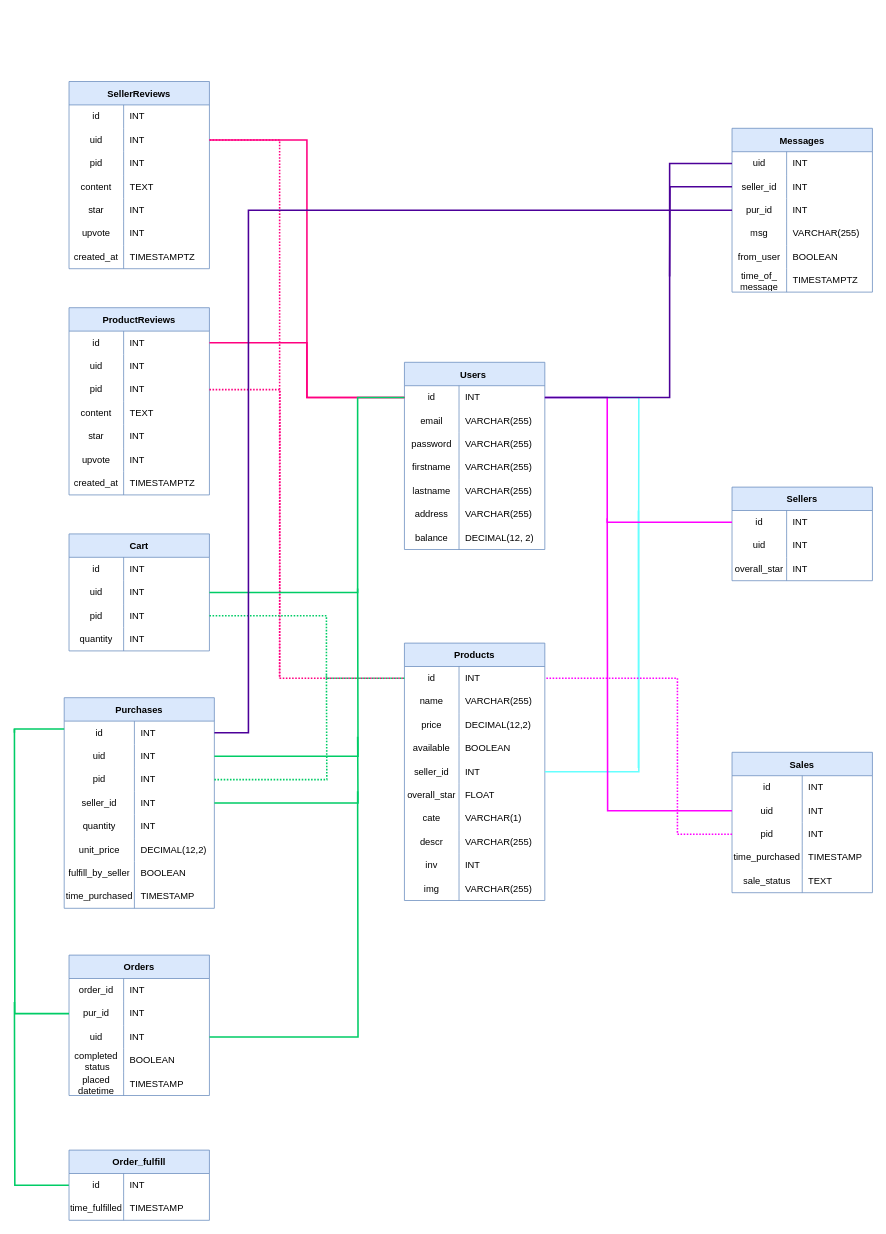
The draw.io diagram ERD/CS516.drawio in Kaichao-Chang/CS516-Awesome-Group, before the edit. Source tidied: cells renumbered, new cells numbered last; positions are measured from the earlier drawing's top-left corner, leaving out a move shared by most shapes. Both pictures are drawn from the tidied source at 78%, with x=0, y=0 at pixel (14, 81).
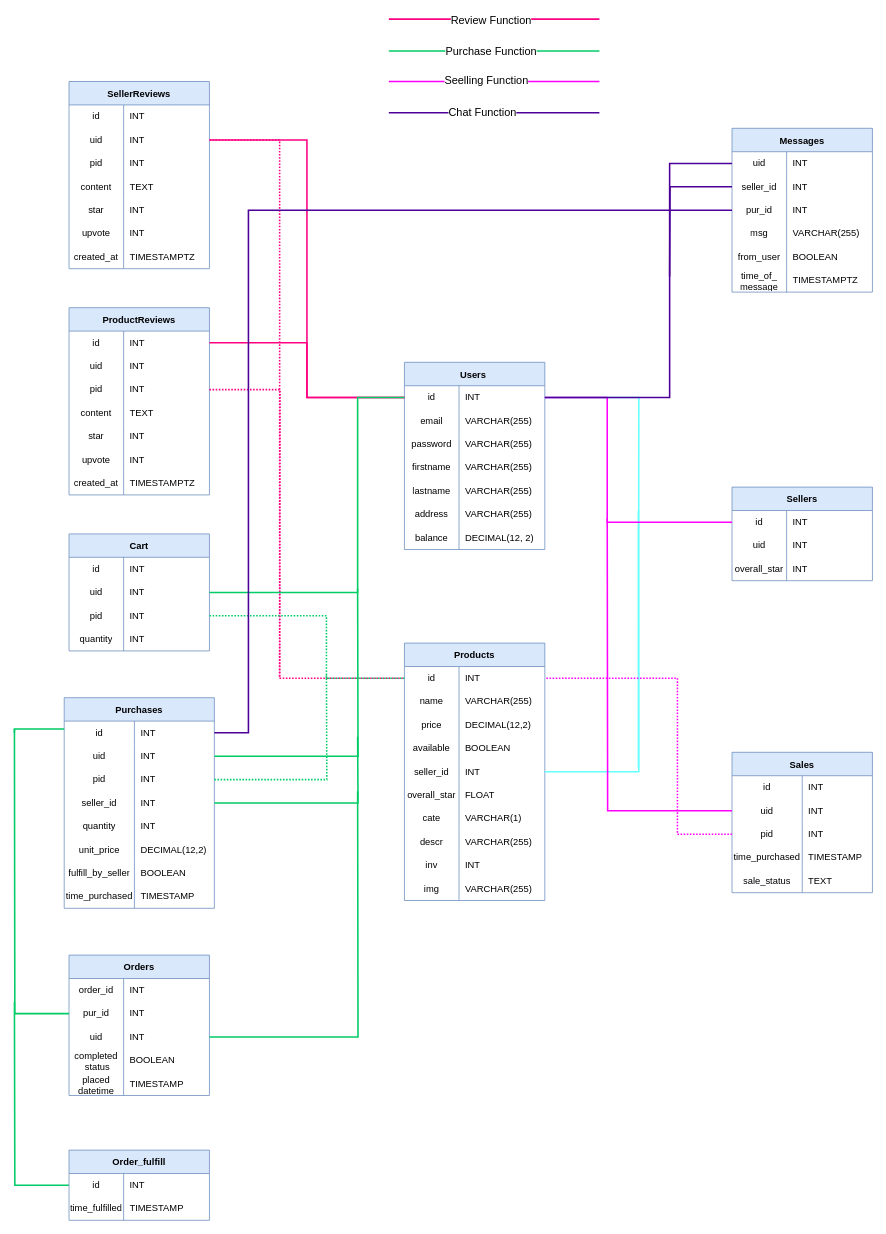
After the change.

What changed in the source:
```diff
@@
+    <mxCell id="226" style="edgeStyle=orthogonalEdgeStyle;rounded=0;orthogonalLoop=1;jettySize=auto;html=1;endArrow=none;endFill=0;strokeColor=#FF0080;strokeWidth=2;" parent="1" edge="1">
+      <mxGeometry relative="1" as="geometry">
+        <mxPoint x="480" y="-80" as="sourcePoint" />
+        <mxPoint x="750" y="-80" as="targetPoint" />
+      </mxGeometry>
+    </mxCell>
+    <mxCell id="227" value="Review Function" style="edgeLabel;html=1;align=center;verticalAlign=middle;fontSize=14;" parent="226" vertex="1">
+      <mxGeometry x="-0.23" y="-1" relative="1" as="geometry">
+        <mxPoint x="26" as="offset" />
+      </mxGeometry>
+    </mxCell>
+    <mxCell id="228" style="edgeStyle=orthogonalEdgeStyle;rounded=0;orthogonalLoop=1;jettySize=auto;html=1;endArrow=none;endFill=0;strokeColor=#00CC66;strokeWidth=2;" parent="1" edge="1">
+      <mxGeometry relative="1" as="geometry">
+        <mxPoint x="750" y="-39" as="sourcePoint" />
+        <mxPoint x="480" y="-39" as="targetPoint" />
+      </mxGeometry>
+    </mxCell>
+    <mxCell id="229" value="Purchase Function" style="edgeLabel;html=1;align=center;verticalAlign=middle;fontSize=14;" parent="228" vertex="1">
+      <mxGeometry x="0.09" y="-1" relative="1" as="geometry">
+        <mxPoint x="7" as="offset" />
+      </mxGeometry>
+    </mxCell>
+    <mxCell id="230" style="edgeStyle=orthogonalEdgeStyle;rounded=0;orthogonalLoop=1;jettySize=auto;html=1;entryX=1;entryY=0.5;entryDx=0;entryDy=0;endArrow=none;endFill=0;strokeColor=#FF00FF;strokeWidth=2;" parent="1" edge="1">
+      <mxGeometry relative="1" as="geometry">
+        <mxPoint x="750" as="sourcePoint" />
+        <mxPoint x="480" as="targetPoint" />
+        <Array as="points">
+          <mxPoint x="570" />
+        </Array>
+      </mxGeometry>
+    </mxCell>
+    <mxCell id="231" value="Seelling Function" style="edgeLabel;html=1;align=center;verticalAlign=middle;fontSize=14;" parent="230" vertex="1">
+      <mxGeometry x="0.08" y="-2" relative="1" as="geometry" />
+    </mxCell>
+    <mxCell id="232" value="&lt;font style=&quot;font-size: 14px&quot;&gt;Chat Function&lt;/font&gt;" style="edgeStyle=orthogonalEdgeStyle;rounded=0;orthogonalLoop=1;jettySize=auto;html=1;endArrow=none;endFill=0;strokeColor=#4C0099;strokeWidth=2;" parent="1" edge="1">
+      <mxGeometry x="0.11" relative="1" as="geometry">
+        <mxPoint x="750" y="40" as="sourcePoint" />
+        <mxPoint x="480" y="40" as="targetPoint" />
+        <Array as="points">
+          <mxPoint x="620" y="40" />
+          <mxPoint x="620" y="40" />
+        </Array>
+      </mxGeometry>
+    </mxCell>
```
